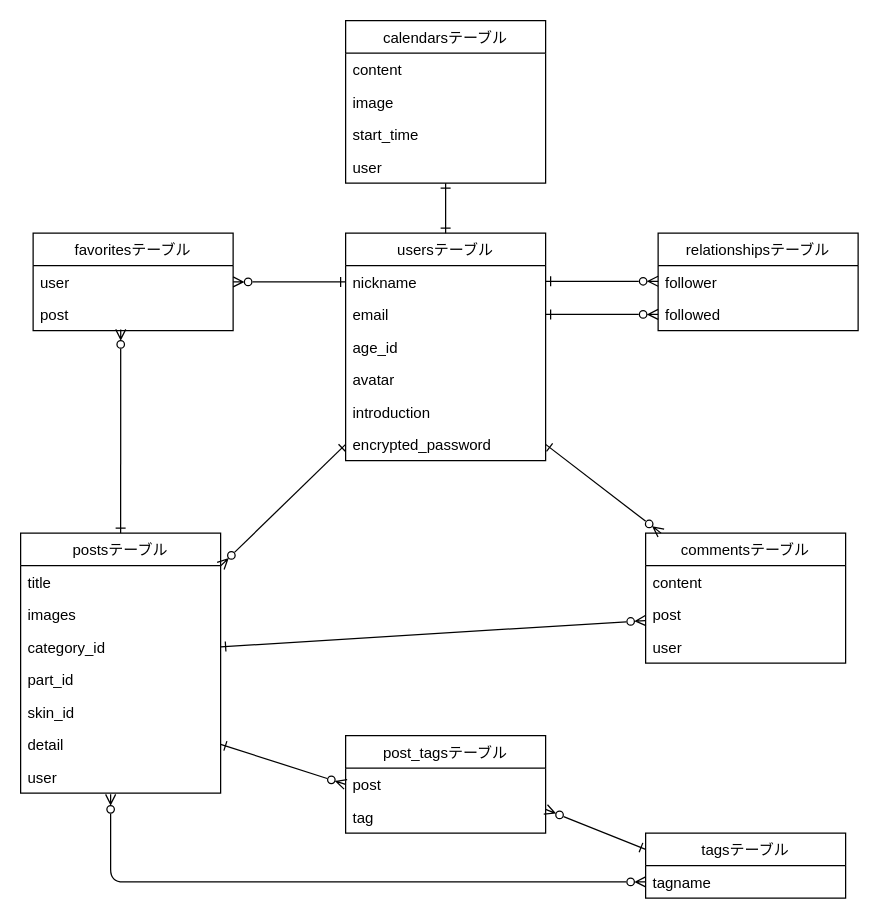
Earlier version of the draw.io diagram db.dio (rilleague/portfolio). Source tidied: cells renumbered, new cells numbered last; positions are measured from the earlier drawing's top-left corner, leaving out a move shared by most shapes. Both pictures are drawn from the tidied source at 125%, with x=0, y=0 at pixel (20, 20).
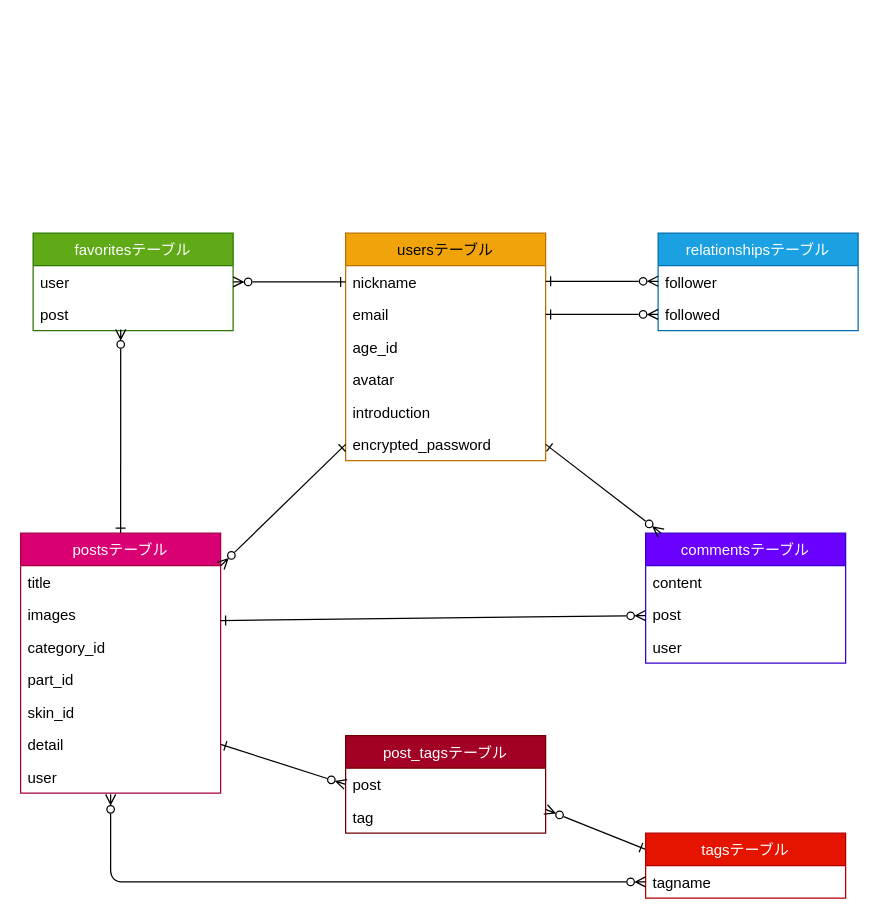
After the change.

Unchanged cells that the change refers to:
```xml
<mxCell id="18" value="post" style="text;strokeColor=none;fillColor=none;align=left;verticalAlign=top;spacingLeft=4;spacingRight=4;overflow=hidden;points=[[0,0.5],[1,0.5]];portConstraint=eastwest;" parent="16" vertex="1">
  <mxGeometry y="52" width="160" height="26" as="geometry" />
</mxCell>
<mxCell id="24" value="category_id" style="text;strokeColor=none;fillColor=none;align=left;verticalAlign=top;spacingLeft=4;spacingRight=4;overflow=hidden;points=[[0,0.5],[1,0.5]];portConstraint=eastwest;" parent="21" vertex="1">
  <mxGeometry y="78" width="160" height="26" as="geometry" />
</mxCell>
```

Diff of the diagram source:
```diff
@@
-    <mxCell id="2" value="relationshipsテーブル" style="swimlane;fontStyle=0;horizontal=1;startSize=26;fillColor=none;" parent="1" vertex="1">
+    <mxCell id="2" value="relationshipsテーブル" style="swimlane;fontStyle=0;horizontal=1;startSize=26;fillColor=#1ba1e2;fontColor=#ffffff;strokeColor=#006EAF;" parent="1" vertex="1">
       <mxGeometry x="510" y="170" width="160" height="78" as="geometry" />
     </mxCell>
@@
-    <mxCell id="5" style="edgeStyle=none;html=1;exitX=0.5;exitY=0;exitDx=0;exitDy=0;startArrow=ERone;startFill=0;endArrow=ERone;endFill=0;" parent="1" edge="1" source="6" target="47">
-      <mxGeometry relative="1" as="geometry" />
-    </mxCell>
-    <mxCell id="6" value="usersテーブル" style="swimlane;fontStyle=0;horizontal=1;startSize=26;fillColor=none;" parent="1" vertex="1">
+    <mxCell id="6" value="usersテーブル" style="swimlane;fontStyle=0;horizontal=1;startSize=26;fillColor=#f0a30a;fontColor=#000000;strokeColor=#BD7000;" parent="1" vertex="1">
       <mxGeometry x="260" y="170" width="160" height="182" as="geometry" />
     </mxCell>
@@
-    <mxCell id="13" value="favoritesテーブル" style="swimlane;fontStyle=0;horizontal=1;startSize=26;fillColor=none;" parent="1" vertex="1">
+    <mxCell id="13" value="favoritesテーブル" style="swimlane;fontStyle=0;horizontal=1;startSize=26;fillColor=#60a917;fontColor=#ffffff;strokeColor=#2D7600;" parent="1" vertex="1">
       <mxGeometry x="10" y="170" width="160" height="78" as="geometry" />
     </mxCell>
@@
-    <mxCell id="16" value="commentsテーブル" style="swimlane;fontStyle=0;horizontal=1;startSize=26;fillColor=none;" parent="1" vertex="1">
+    <mxCell id="16" value="commentsテーブル" style="swimlane;fontStyle=0;horizontal=1;startSize=26;fillColor=#6a00ff;fontColor=#ffffff;strokeColor=#3700CC;" parent="1" vertex="1">
       <mxGeometry x="500" y="410" width="160" height="104" as="geometry" />
     </mxCell>
@@
-    <mxCell id="21" value="postsテーブル" style="swimlane;fontStyle=0;horizontal=1;startSize=26;fillColor=none;" parent="1" vertex="1">
+    <mxCell id="21" value="postsテーブル" style="swimlane;fontStyle=0;horizontal=1;startSize=26;fillColor=#d80073;fontColor=#ffffff;strokeColor=#A50040;" parent="1" vertex="1">
       <mxGeometry y="410" width="160" height="208" as="geometry" />
     </mxCell>
@@
-    <mxCell id="30" value="tagsテーブル" style="swimlane;fontStyle=0;horizontal=1;startSize=26;fillColor=none;" parent="1" vertex="1">
+    <mxCell id="30" value="tagsテーブル" style="swimlane;fontStyle=0;horizontal=1;startSize=26;fillColor=#e51400;fontColor=#ffffff;strokeColor=#B20000;" parent="1" vertex="1">
       <mxGeometry x="500" y="650" width="160" height="52" as="geometry" />
     </mxCell>
@@
-    <mxCell id="32" value="post_tagsテーブル" style="swimlane;fontStyle=0;horizontal=1;startSize=26;fillColor=none;" parent="1" vertex="1">
+    <mxCell id="32" value="post_tagsテーブル" style="swimlane;fontStyle=0;horizontal=1;startSize=26;fillColor=#a20025;fontColor=#ffffff;strokeColor=#6F0000;" parent="1" vertex="1">
       <mxGeometry x="260" y="572" width="160" height="78" as="geometry" />
     </mxCell>
@@
-    <mxCell id="36" style="edgeStyle=none;html=1;exitX=1;exitY=0.5;exitDx=0;exitDy=0;startArrow=ERone;startFill=0;endArrow=ERzeroToMany;endFill=0;" parent="1" edge="1" source="24" target="18">
-      <mxGeometry relative="1" as="geometry" />
+    <mxCell id="36" style="edgeStyle=none;html=1;startArrow=ERone;startFill=0;endArrow=ERzeroToMany;endFill=0;" parent="1" edge="1" target="18">
+      <mxGeometry relative="1" as="geometry">
+        <mxPoint x="160" y="480" as="sourcePoint" />
+      </mxGeometry>
     </mxCell>
@@
-    <mxCell id="43" value="calendarsテーブル" style="swimlane;fontStyle=0;horizontal=1;startSize=26;fillColor=none;" parent="1" vertex="1">
-      <mxGeometry x="260" width="160" height="130" as="geometry" />
-    </mxCell>
-    <mxCell id="44" value="content" style="text;strokeColor=none;fillColor=none;align=left;verticalAlign=top;spacingLeft=4;spacingRight=4;overflow=hidden;" parent="43" vertex="1">
-      <mxGeometry y="26" width="160" height="26" as="geometry" />
-    </mxCell>
-    <mxCell id="45" value="image" style="text;strokeColor=none;fillColor=none;align=left;verticalAlign=top;spacingLeft=4;spacingRight=4;overflow=hidden;" parent="43" vertex="1">
-      <mxGeometry y="52" width="160" height="26" as="geometry" />
-    </mxCell>
-    <mxCell id="46" value="start_time" style="text;strokeColor=none;fillColor=none;align=left;verticalAlign=top;spacingLeft=4;spacingRight=4;overflow=hidden;" parent="43" vertex="1">
-      <mxGeometry y="78" width="160" height="26" as="geometry" />
-    </mxCell>
-    <mxCell id="47" value="user" style="text;strokeColor=none;fillColor=none;align=left;verticalAlign=top;spacingLeft=4;spacingRight=4;overflow=hidden;points=[[0,0.5],[1,0.5]];portConstraint=eastwest;" parent="43" vertex="1">
-      <mxGeometry y="104" width="160" height="26" as="geometry" />
-    </mxCell>
```
